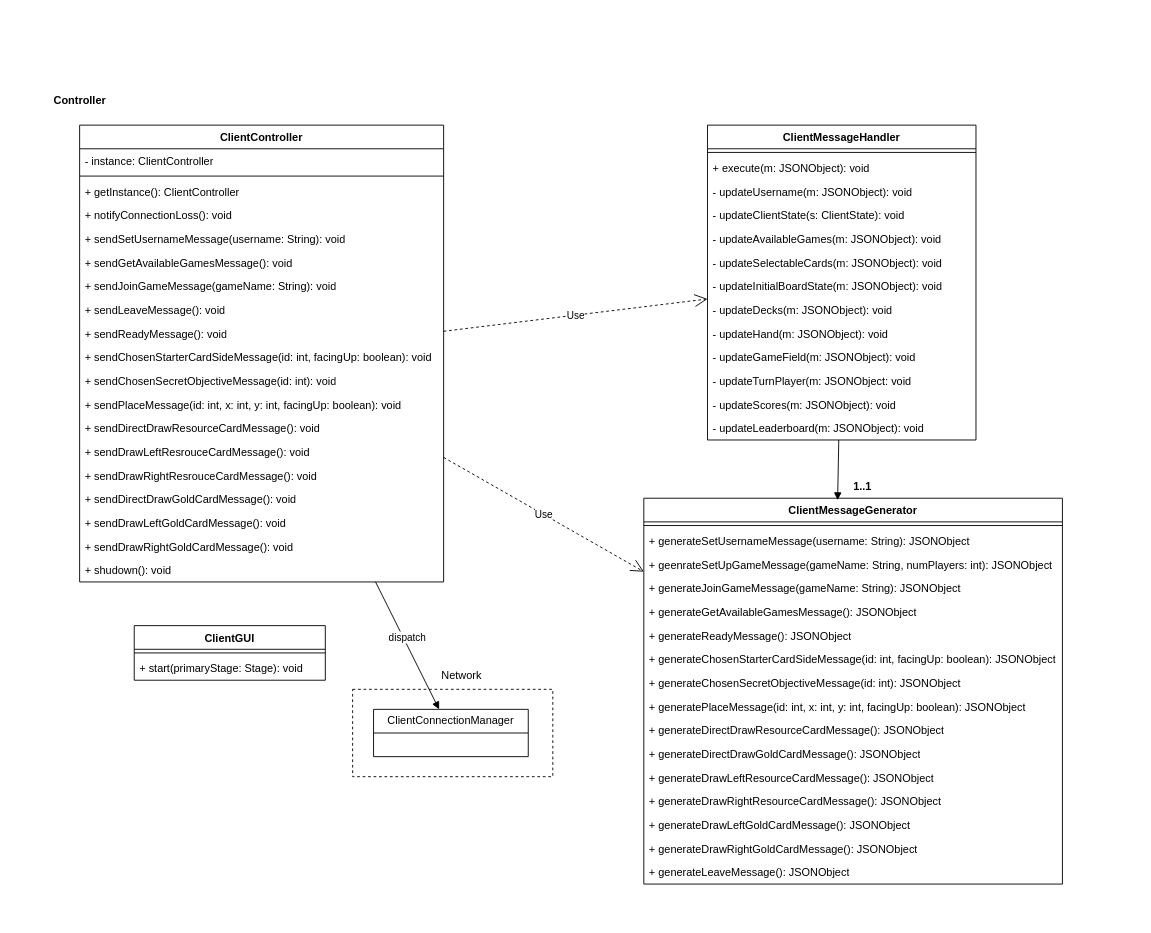
Above: page "ClientController" (8 of 10) of Deliveries/UML/UML.drawio in EliaDallanoce432/IS24-LB08 (draw.io), before the change. Source tidied: cells renumbered, new cells numbered last; positions are measured from the earlier drawing's top-left corner, leaving out a move shared by most shapes. Both pictures are drawn from the tidied source at 91%, with x=0, y=0 at pixel (43, 88).
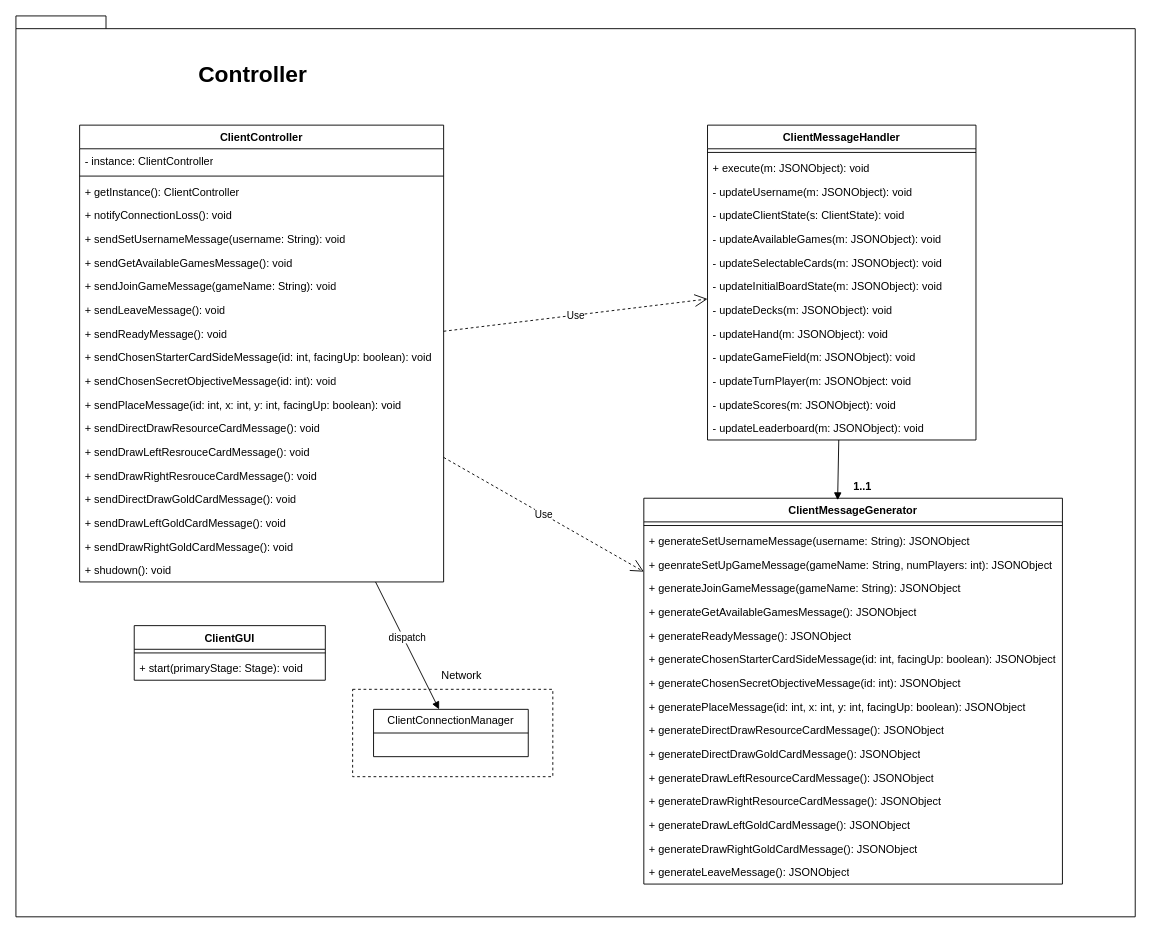
Above is the later version.

The edit, as a diff of the source:
```diff
@@
+    <mxCell id="65" style="shape=folder;fontStyle=1;spacingTop=10;tabWidth=40;tabHeight=14;tabPosition=left;html=1;whiteSpace=wrap;" parent="1" vertex="1">
+      <mxGeometry x="-30" y="-80" width="1230" height="990" as="geometry" />
+    </mxCell>
@@
-    <mxCell id="23" value="Controller" style="text;align=center;fontStyle=1;verticalAlign=middle;spacingLeft=3;spacingRight=3;strokeColor=none;html=1;" parent="1" vertex="1">
-      <mxGeometry width="80" height="26" as="geometry" />
+    <mxCell id="23" value="&lt;font style=&quot;font-size: 25px;&quot;&gt;Controller&lt;/font&gt;" style="text;align=center;fontStyle=1;verticalAlign=middle;spacingLeft=3;spacingRight=3;strokeColor=none;html=1;" parent="1" vertex="1">
+      <mxGeometry x="190" y="-30" width="80" height="26" as="geometry" />
     </mxCell>
```
